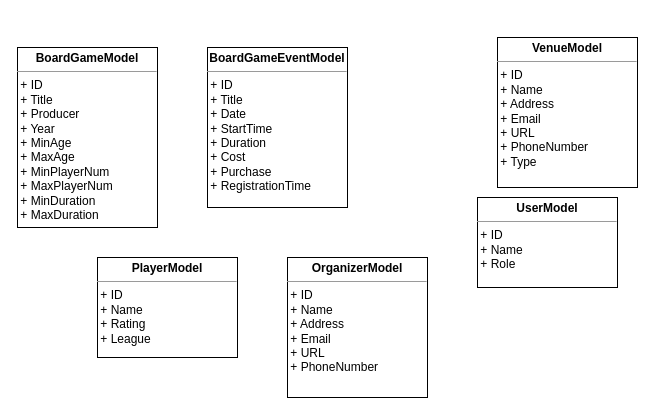
The draw.io diagram page "System-Entities" (4 of 4) of docs/schemes/UML.drawio in MyMiDiII/bmstu-sd, before the edit. Source tidied: cells renumbered, new cells numbered last; positions are measured from the earlier drawing's top-left corner, leaving out a move shared by most shapes. Both pictures are drawn from the tidied source at 100%, with x=0, y=0 at pixel (17, 37).
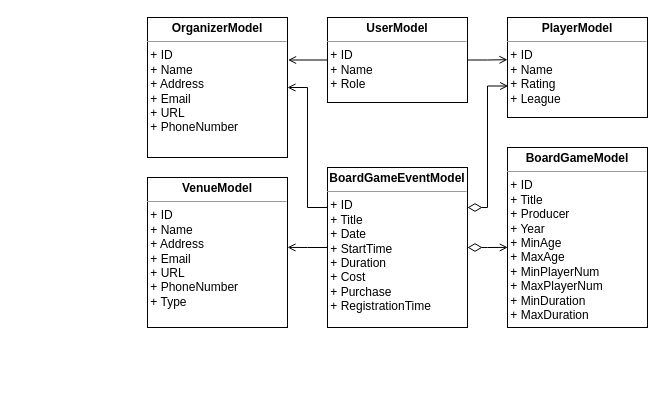
Above is the later version.

What changed in the source:
```diff
@@
 <mxGraphModel>
   <root>
     <mxCell id="0" />
     <mxCell id="1" parent="0" />
+    <mxCell id="8" style="edgeStyle=orthogonalEdgeStyle;shape=connector;rounded=0;jettySize=auto;html=1;exitX=0;exitY=0.5;exitDx=0;exitDy=0;entryX=1;entryY=0.466;entryDx=0;entryDy=0;labelBackgroundColor=default;fontFamily=Helvetica;fontSize=11;fontColor=default;startArrow=none;startFill=0;endArrow=open;startSize=12;endSize=6;strokeColor=default;entryPerimeter=0;" parent="1" edge="1" source="2" target="7">
+      <mxGeometry relative="1" as="geometry" />
+    </mxCell>
+    <mxCell id="9" style="edgeStyle=orthogonalEdgeStyle;shape=connector;rounded=0;jettySize=auto;html=1;exitX=0;exitY=0.25;exitDx=0;exitDy=0;entryX=1;entryY=0.5;entryDx=0;entryDy=0;labelBackgroundColor=default;fontFamily=Helvetica;fontSize=11;fontColor=default;startArrow=none;startFill=0;endArrow=open;startSize=12;endSize=6;strokeColor=default;" parent="1" edge="1" source="2" target="6">
+      <mxGeometry relative="1" as="geometry" />
+    </mxCell>
+    <mxCell id="10" style="edgeStyle=orthogonalEdgeStyle;shape=connector;rounded=0;jettySize=auto;html=1;exitX=1;exitY=0.25;exitDx=0;exitDy=0;entryX=0.005;entryY=0.685;entryDx=0;entryDy=0;labelBackgroundColor=default;fontFamily=Helvetica;fontSize=11;fontColor=default;startArrow=diamondThin;startFill=0;endArrow=open;startSize=12;endSize=6;strokeColor=default;entryPerimeter=0;" parent="1" edge="1" source="2" target="4">
+      <mxGeometry relative="1" as="geometry">
+        <Array as="points">
+          <mxPoint x="470" y="170" />
+          <mxPoint x="470" y="49" />
+          <mxPoint x="491" y="49" />
+        </Array>
+      </mxGeometry>
+    </mxCell>
     <mxCell id="2" value="&lt;p style=&quot;margin:0px;margin-top:4px;text-align:center;&quot;&gt;&lt;b&gt;BoardGameEventModel&lt;/b&gt;&lt;/p&gt;&lt;hr size=&quot;1&quot;&gt;&lt;div style=&quot;height:2px;&quot;&gt;&amp;nbsp;+ ID&lt;br&gt;&amp;nbsp;+ Title&lt;br&gt;&amp;nbsp;+ Date&lt;br&gt;&amp;nbsp;+ StartTime&lt;br&gt;&amp;nbsp;+ Duration&lt;br&gt;&amp;nbsp;+ Cost&lt;br&gt;&amp;nbsp;+ Purchase&lt;br&gt;&amp;nbsp;+ RegistrationTime&lt;br&gt;&lt;/div&gt;" style="verticalAlign=top;align=left;overflow=fill;fontSize=12;fontFamily=Helvetica;html=1;labelBorderColor=none;fontColor=default;" parent="1" vertex="1">
-      <mxGeometry x="190" y="10" width="140" height="160" as="geometry" />
+      <mxGeometry x="310" y="130" width="140" height="160" as="geometry" />
     </mxCell>
     <mxCell id="3" value="&lt;p style=&quot;margin:0px;margin-top:4px;text-align:center;&quot;&gt;&lt;b&gt;BoardGameModel&lt;/b&gt;&lt;/p&gt;&lt;hr size=&quot;1&quot;&gt;&lt;div style=&quot;height:2px;&quot;&gt;&amp;nbsp;+ ID&lt;br&gt;&amp;nbsp;+ Title&lt;br&gt;&amp;nbsp;+ Producer&lt;br&gt;&amp;nbsp;+ Year&lt;br&gt;&amp;nbsp;+ MinAge&lt;br&gt;&amp;nbsp;+ MaxAge&lt;br&gt;&amp;nbsp;+ MinPlayerNum&lt;br&gt;&amp;nbsp;+ MaxPlayerNum&lt;br&gt;&amp;nbsp;+ MinDuration&lt;br&gt;&amp;nbsp;+ MaxDuration&lt;/div&gt;&lt;div style=&quot;height:2px;&quot;&gt;&lt;br&gt;&lt;/div&gt;" style="verticalAlign=top;align=left;overflow=fill;fontSize=12;fontFamily=Helvetica;html=1;labelBorderColor=none;fontColor=default;" parent="1" vertex="1">
-      <mxGeometry y="10" width="140" height="180" as="geometry" />
+      <mxGeometry x="490" y="110" width="140" height="180" as="geometry" />
     </mxCell>
     <mxCell id="4" value="&lt;p style=&quot;margin:0px;margin-top:4px;text-align:center;&quot;&gt;&lt;b&gt;PlayerModel&lt;/b&gt;&lt;/p&gt;&lt;hr size=&quot;1&quot;&gt;&lt;div style=&quot;height:2px;&quot;&gt;&amp;nbsp;+ ID&lt;br&gt;&amp;nbsp;+ Name&lt;br&gt;&amp;nbsp;+ Rating&lt;br&gt;&amp;nbsp;+ League&lt;/div&gt;" style="verticalAlign=top;align=left;overflow=fill;fontSize=12;fontFamily=Helvetica;html=1;labelBorderColor=none;fontColor=default;" parent="1" vertex="1">
-      <mxGeometry x="80" y="220" width="140" height="100" as="geometry" />
+      <mxGeometry x="490" y="-20" width="140" height="100" as="geometry" />
     </mxCell>
+    <mxCell id="11" style="edgeStyle=orthogonalEdgeStyle;shape=connector;rounded=0;jettySize=auto;html=1;exitX=0.5;exitY=1;exitDx=0;exitDy=0;entryX=1.004;entryY=0.304;entryDx=0;entryDy=0;entryPerimeter=0;labelBackgroundColor=default;fontFamily=Helvetica;fontSize=11;fontColor=default;startArrow=none;startFill=0;endArrow=open;startSize=12;endSize=6;strokeColor=default;" parent="1" edge="1" source="5" target="6">
+      <mxGeometry relative="1" as="geometry" />
+    </mxCell>
+    <mxCell id="12" style="edgeStyle=orthogonalEdgeStyle;shape=connector;rounded=0;jettySize=auto;html=1;exitX=0.5;exitY=0;exitDx=0;exitDy=0;entryX=0;entryY=0.422;entryDx=0;entryDy=0;entryPerimeter=0;labelBackgroundColor=default;fontFamily=Helvetica;fontSize=11;fontColor=default;startArrow=none;startFill=0;endArrow=open;startSize=12;endSize=6;strokeColor=default;" parent="1" edge="1" source="5" target="4">
+      <mxGeometry relative="1" as="geometry" />
+    </mxCell>
-    <mxCell id="5" value="&lt;p style=&quot;margin:0px;margin-top:4px;text-align:center;&quot;&gt;&lt;b&gt;UserModel&lt;/b&gt;&lt;/p&gt;&lt;hr size=&quot;1&quot;&gt;&amp;nbsp;+ ID&lt;br&gt;&amp;nbsp;+ Name&lt;br&gt;&amp;nbsp;+ Role&lt;br&gt;&lt;div style=&quot;height:2px;&quot;&gt;&lt;br&gt;&lt;/div&gt;" style="verticalAlign=top;align=left;overflow=fill;fontSize=12;fontFamily=Helvetica;html=1;labelBorderColor=none;fontColor=default;spacingLeft=0;spacingRight=0;" parent="1" vertex="1">
-      <mxGeometry x="460" y="160" width="140" height="90" as="geometry" />
+    <mxCell id="5" value="&lt;p style=&quot;margin:0px;margin-top:4px;text-align:center;&quot;&gt;&lt;b&gt;UserModel&lt;/b&gt;&lt;/p&gt;&lt;hr size=&quot;1&quot;&gt;&amp;nbsp;+ ID&lt;br&gt;&amp;nbsp;+ Name&lt;br&gt;&amp;nbsp;+ Role&lt;br&gt;&lt;div style=&quot;height:2px;&quot;&gt;&lt;br&gt;&lt;/div&gt;" style="verticalAlign=top;align=left;overflow=fill;fontSize=12;fontFamily=Helvetica;html=1;labelBorderColor=none;fontColor=default;spacingLeft=0;spacingRight=0;direction=south;" parent="1" vertex="1">
+      <mxGeometry x="310" y="-20" width="140" height="85" as="geometry" />
     </mxCell>
     <mxCell id="6" value="&lt;p style=&quot;margin:0px;margin-top:4px;text-align:center;&quot;&gt;&lt;b&gt;OrganizerModel&lt;/b&gt;&lt;/p&gt;&lt;hr size=&quot;1&quot;&gt;&lt;div style=&quot;height:2px;&quot;&gt;&amp;nbsp;+ ID&lt;br&gt;&amp;nbsp;+ Name&lt;br&gt;&amp;nbsp;+ Address&lt;br&gt;&amp;nbsp;+ Email&lt;br&gt;&amp;nbsp;+ URL&lt;br&gt;&amp;nbsp;+ PhoneNumber&lt;br&gt;&lt;/div&gt;" style="verticalAlign=top;align=left;overflow=fill;fontSize=12;fontFamily=Helvetica;html=1;labelBorderColor=none;fontColor=default;" parent="1" vertex="1">
-      <mxGeometry x="270" y="220" width="140" height="140" as="geometry" />
+      <mxGeometry x="130" y="-20" width="140" height="140" as="geometry" />
     </mxCell>
     <mxCell id="7" value="&lt;p style=&quot;margin:0px;margin-top:4px;text-align:center;&quot;&gt;&lt;b&gt;VenueModel&lt;/b&gt;&lt;/p&gt;&lt;hr size=&quot;1&quot;&gt;&lt;div style=&quot;height:2px;&quot;&gt;&amp;nbsp;+ ID&lt;br&gt;&amp;nbsp;+ Name&lt;br&gt;&amp;nbsp;+ Address&lt;br&gt;&amp;nbsp;+ Email&lt;br&gt;&amp;nbsp;+ URL&lt;br&gt;&amp;nbsp;+ PhoneNumber&lt;br&gt;&amp;nbsp;+ Type&lt;/div&gt;" style="verticalAlign=top;align=left;overflow=fill;fontSize=12;fontFamily=Helvetica;html=1;labelBorderColor=none;fontColor=default;" parent="1" vertex="1">
-      <mxGeometry x="480" width="140" height="150" as="geometry" />
+      <mxGeometry x="130" y="140" width="140" height="150" as="geometry" />
     </mxCell>
+    <mxCell id="13" style="endArrow=open;html=1;endSize=6;startArrow=diamondThin;startSize=12;startFill=0;edgeStyle=orthogonalEdgeStyle;align=left;verticalAlign=bottom;rounded=0;exitX=1;exitY=0.5;exitDx=0;exitDy=0;entryX=0.002;entryY=0.555;entryDx=0;entryDy=0;entryPerimeter=0;" parent="1" edge="1" source="2" target="3">
+      <mxGeometry x="-1" y="3" relative="1" as="geometry" />
+    </mxCell>
   </root>
 </mxGraphModel>
```
